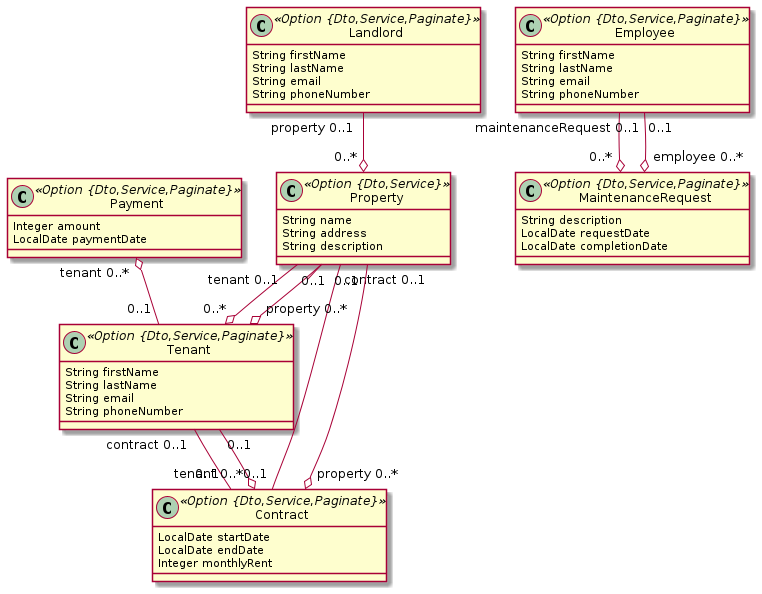
kevintanhongann/jhipster-jdl-collection keeps this PlantUML diagram as property-management.png. Above is the earlier version.
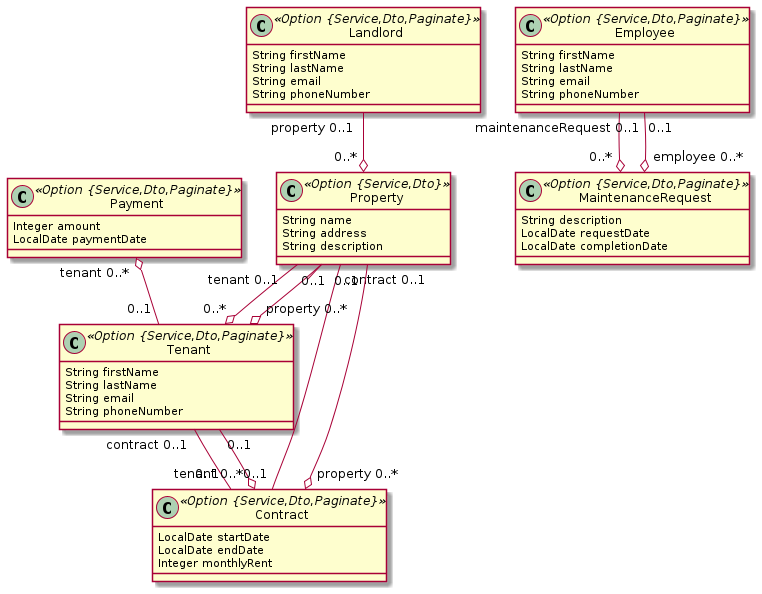
The same file after the commit.

Change to the diagram source:
```diff
@@ -1,38 +1,38 @@
 @startuml
 	!pragma syntax class
-	class Property <<Option {Dto,Service}>> {
+	class Property <<Option {Service,Dto}>> {
 		String name
 		String address
 		String description
 	}
-	class Tenant <<Option {Dto,Service,Paginate}>> {
+	class Tenant <<Option {Service,Dto,Paginate}>> {
 		String firstName
 		String lastName
 		String email
 		String phoneNumber
 	}
-	class Landlord <<Option {Dto,Service,Paginate}>> {
+	class Landlord <<Option {Service,Dto,Paginate}>> {
 		String firstName
 		String lastName
 		String email
 		String phoneNumber
 	}
-	class Employee <<Option {Dto,Service,Paginate}>> {
+	class Employee <<Option {Service,Dto,Paginate}>> {
 		String firstName
 		String lastName
 		String email
 		String phoneNumber
 	}
-	class Contract <<Option {Dto,Service,Paginate}>> {
+	class Contract <<Option {Service,Dto,Paginate}>> {
 		LocalDate startDate
 		LocalDate endDate
 		Integer monthlyRent
 	}
-	class Payment <<Option {Dto,Service,Paginate}>> {
+	class Payment <<Option {Service,Dto,Paginate}>> {
 		Integer amount
 		LocalDate paymentDate
 	}
-	class MaintenanceRequest <<Option {Dto,Service,Paginate}>> {
+	class MaintenanceRequest <<Option {Service,Dto,Paginate}>> {
 		String description
 		LocalDate requestDate
 		LocalDate completionDate
```
